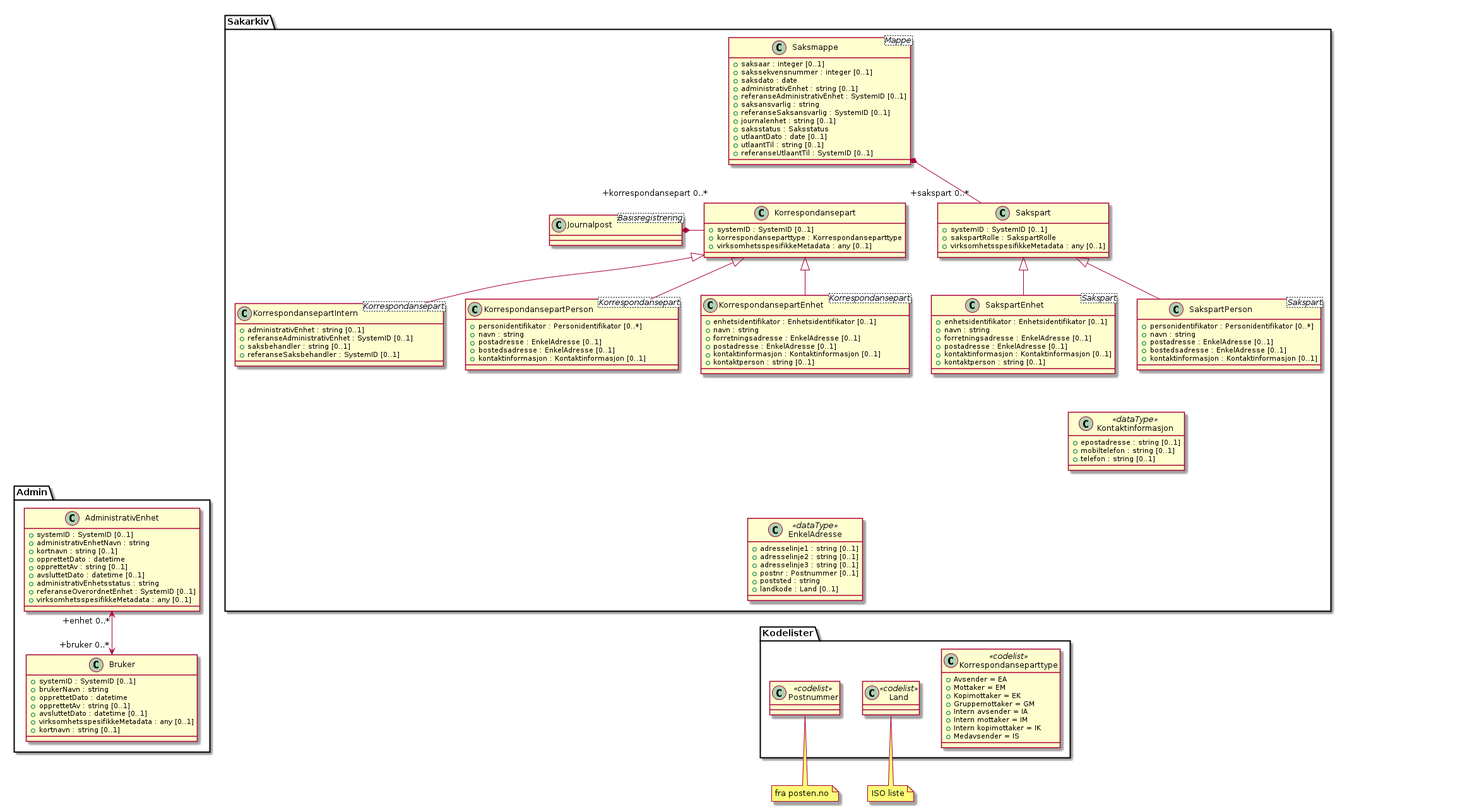
This is kapitler/media/uml-klasse-person-og-organisasjonsdata.png from arkivverket/noark5-tjenestegrensesnitt-standard, a PlantUML export, as it was before one commit.
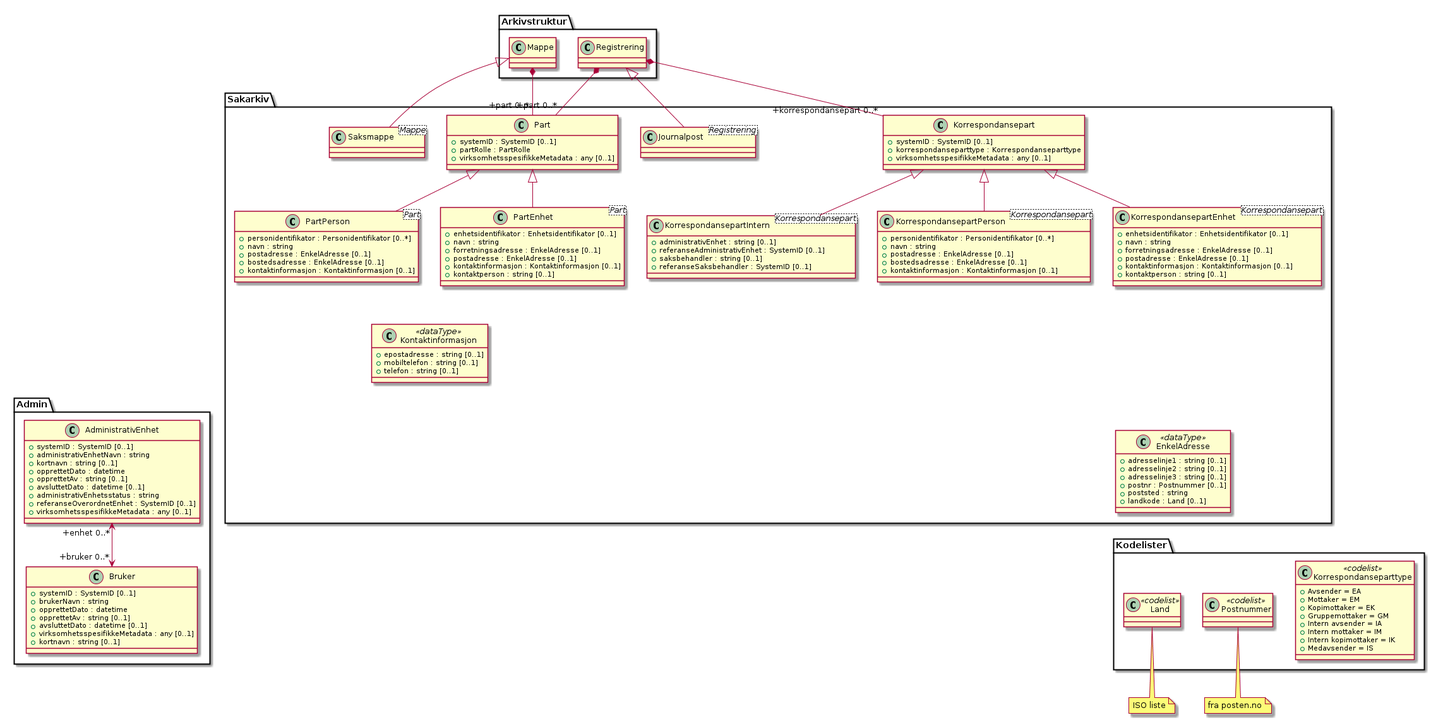
The same file after the commit.

What changed in the source:
```diff
@@ -1,5 +1,4 @@
 @startuml
-class Sakarkiv.Journalpost <Basisregistrering>
 
 class Kodelister.Korrespondanseparttype <<codelist>> {
   +Avsender = EA
@@ -38,7 +37,8 @@
   +kontaktperson : string [0..1]
 }
 
-Sakarkiv.Journalpost *- "+korrespondansepart 0..*" Sakarkiv.Korrespondansepart
+Arkivstruktur.Registrering *- "+korrespondansepart 0..*" Sakarkiv.Korrespondansepart
+Arkivstruktur.Registrering *-- "+part 0..*" Sakarkiv.Part
 Sakarkiv.Korrespondansepart <-[hidden]- Kodelister.Korrespondanseparttype
 Sakarkiv.Korrespondansepart <|-- Sakarkiv.KorrespondansepartPerson
 Sakarkiv.Korrespondansepart <|-- Sakarkiv.KorrespondansepartEnhet
@@ -94,33 +94,19 @@
   +mobiltelefon : string [0..1]
   +telefon : string [0..1]
 }
-class Sakarkiv.Saksmappe <Mappe> {
-  +saksaar : integer [0..1]
-  +sakssekvensnummer : integer [0..1]
-  +saksdato : date
-  +administrativEnhet : string [0..1]
-  +referanseAdministrativEnhet : SystemID [0..1]
-  +saksansvarlig : string
-  +referanseSaksansvarlig : SystemID [0..1]
-  +journalenhet : string [0..1]
-  +saksstatus : Saksstatus
-  +utlaantDato : date [0..1]
-  +utlaantTil : string [0..1]
-  +referanseUtlaantTil : SystemID [0..1]
-}
-class Sakarkiv.Sakspart {
+class Sakarkiv.Part {
   +systemID : SystemID [0..1]
-  +sakspartRolle : SakspartRolle
+  +partRolle : PartRolle
   +virksomhetsspesifikkeMetadata : any [0..1]
 }
-class Sakarkiv.SakspartPerson <Sakspart> {
+class Sakarkiv.PartPerson <Part> {
   +personidentifikator : Personidentifikator [0..*]
   +navn : string
   +postadresse : EnkelAdresse [0..1]
   +bostedsadresse : EnkelAdresse [0..1]
   +kontaktinformasjon : Kontaktinformasjon [0..1]
 }
-class Sakarkiv.SakspartEnhet <Sakspart> {
+class Sakarkiv.PartEnhet <Part> {
   +enhetsidentifikator : Enhetsidentifikator [0..1]
   +navn : string
   +forretningsadresse : EnkelAdresse [0..1]
@@ -129,11 +115,15 @@
   +kontaktperson : string [0..1]
 }
 
-Sakarkiv.Saksmappe *-- "+sakspart 0..*" Sakarkiv.Sakspart
-Sakarkiv.Sakspart <|-- Sakarkiv.SakspartPerson
-Sakarkiv.Sakspart <|-- Sakarkiv.SakspartEnhet
-Sakarkiv.Saksmappe <-[hidden]- Sakarkiv.Journalpost
-Sakarkiv.SakspartPerson <-[hidden]- Sakarkiv.Kontaktinformasjon
-Sakarkiv.SakspartEnhet <-[hidden]- Sakarkiv.Kontaktinformasjon
+class Sakarkiv.Saksmappe <Mappe>
+class Sakarkiv.Journalpost <Registrering>
+Arkivstruktur.Mappe <|-- Sakarkiv.Saksmappe
+Arkivstruktur.Registrering <|-- Sakarkiv.Journalpost
+
+Arkivstruktur.Mappe *-- "+part 0..*" Sakarkiv.Part
+Sakarkiv.Part <|-- Sakarkiv.PartPerson
+Sakarkiv.Part <|-- Sakarkiv.PartEnhet
+Sakarkiv.PartPerson <-[hidden]- Sakarkiv.Kontaktinformasjon
+Sakarkiv.PartEnhet <-[hidden]- Sakarkiv.Kontaktinformasjon
 
 @enduml
```
